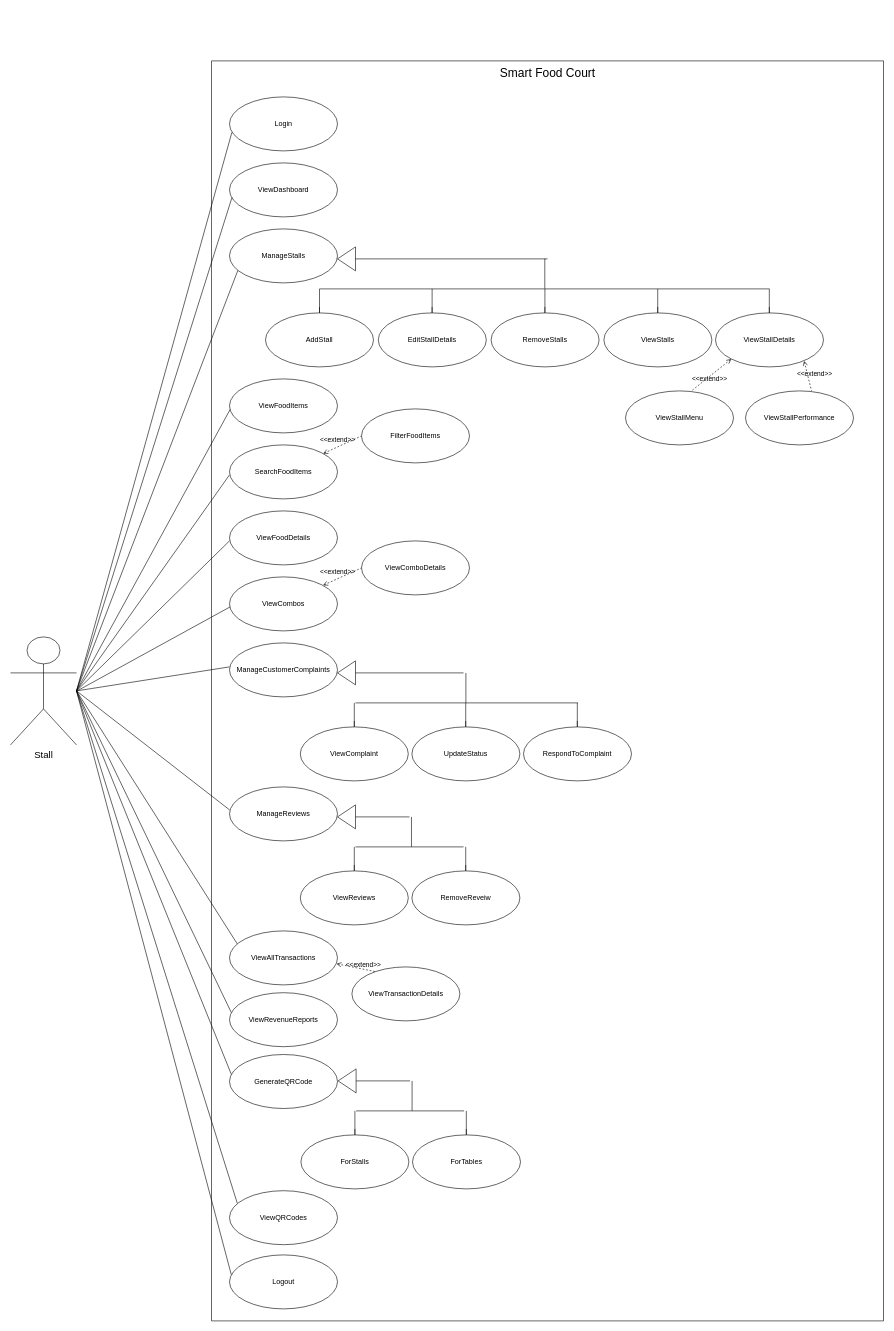
arafatmansuri/SmartFoodCourt-System-Design keeps this draw.io diagram as usecase/ADMIN USECASE.drawio. Above is the earlier version. Source tidied: cells renumbered, new cells numbered last; positions are measured from the earlier drawing's top-left corner, leaving out a move shared by most shapes. Both pictures are drawn from the tidied source at 60%, with x=0, y=0 at pixel (10, 61).
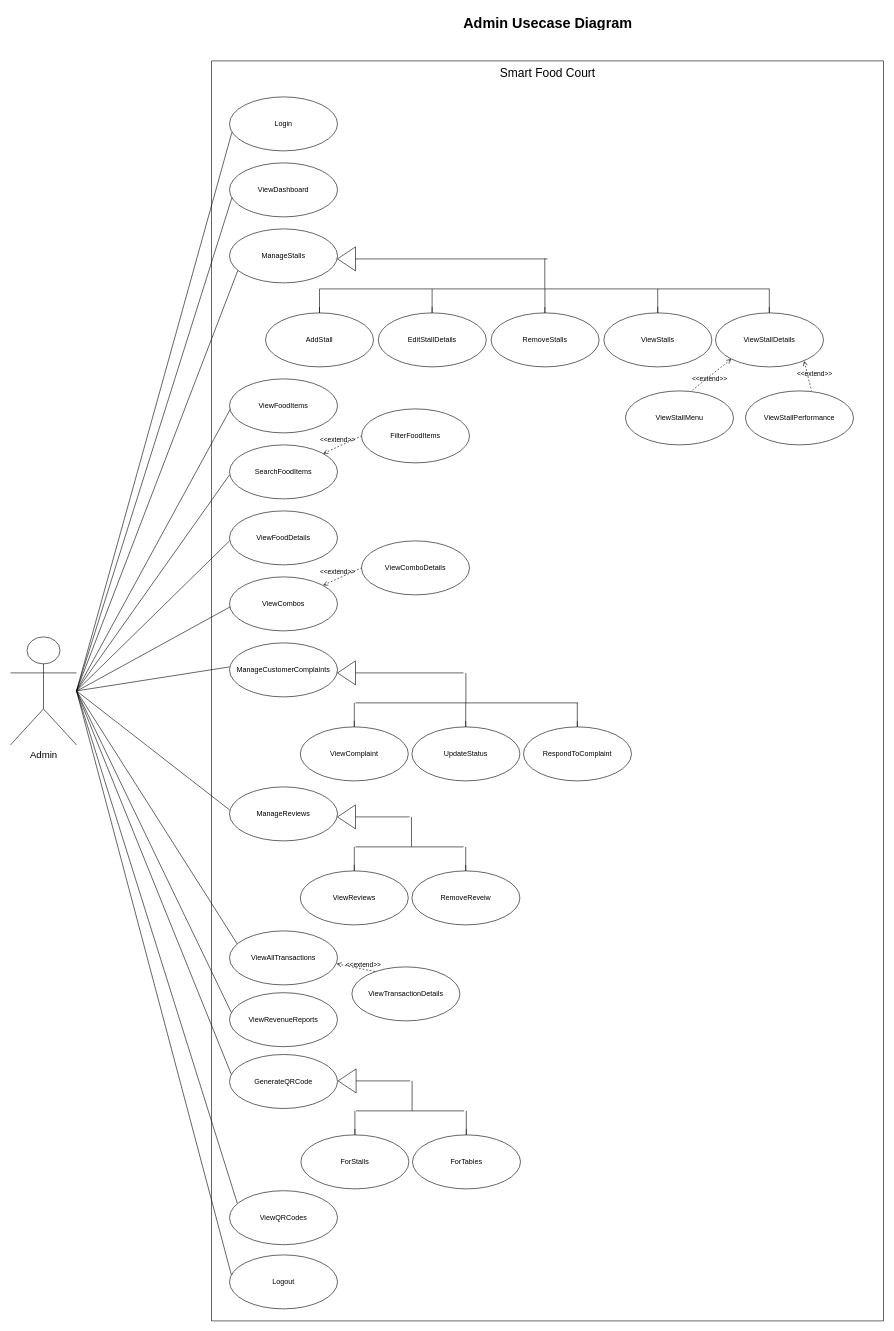
The same diagram, later.

Diff of the diagram source:
```diff
@@
-    <mxCell id="82" value="&lt;font style=&quot;font-size: 16px;&quot;&gt;Stall&lt;/font&gt;" style="shape=umlActor;verticalLabelPosition=bottom;verticalAlign=top;html=1;labelBackgroundColor=none;" parent="1" vertex="1">
+    <mxCell id="82" value="&lt;font style=&quot;font-size: 16px;&quot;&gt;Admin&lt;/font&gt;" style="shape=umlActor;verticalLabelPosition=bottom;verticalAlign=top;html=1;labelBackgroundColor=none;" parent="1" vertex="1">
       <mxGeometry y="960" width="110" height="180" as="geometry" />
     </mxCell>
+    <mxCell id="83" value="&lt;h1 style=&quot;margin-top: 0px;&quot;&gt;Admin Usecase Diagram&lt;/h1&gt;" style="text;html=1;whiteSpace=wrap;overflow=hidden;rounded=0;" parent="1" vertex="1">
+      <mxGeometry x="752.5" y="-84" width="285" height="30" as="geometry" />
+    </mxCell>
```
